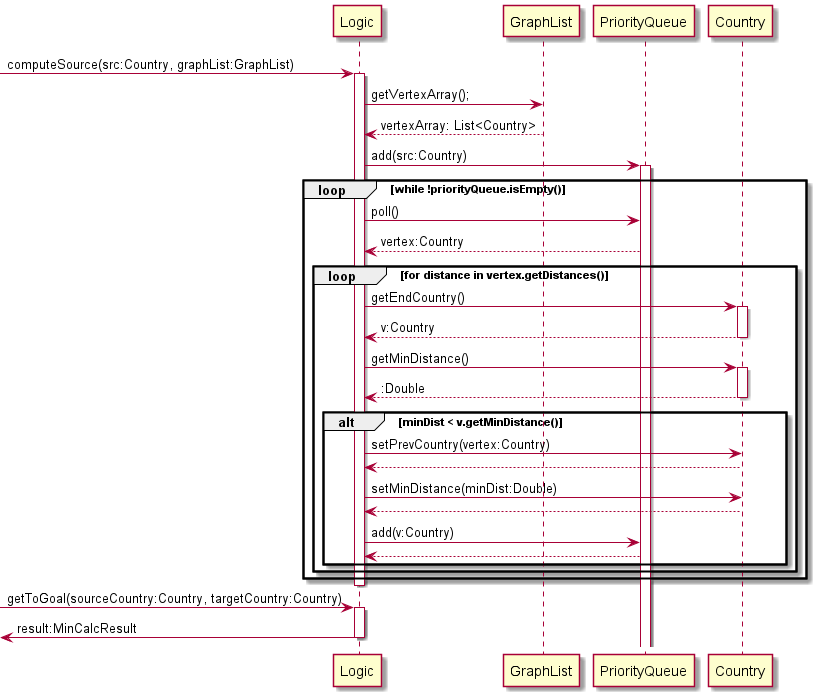
nus-cs2113-AY2122S1/tp keeps this PlantUML diagram as docs/documentationPics/logic.png. Above is the earlier version.
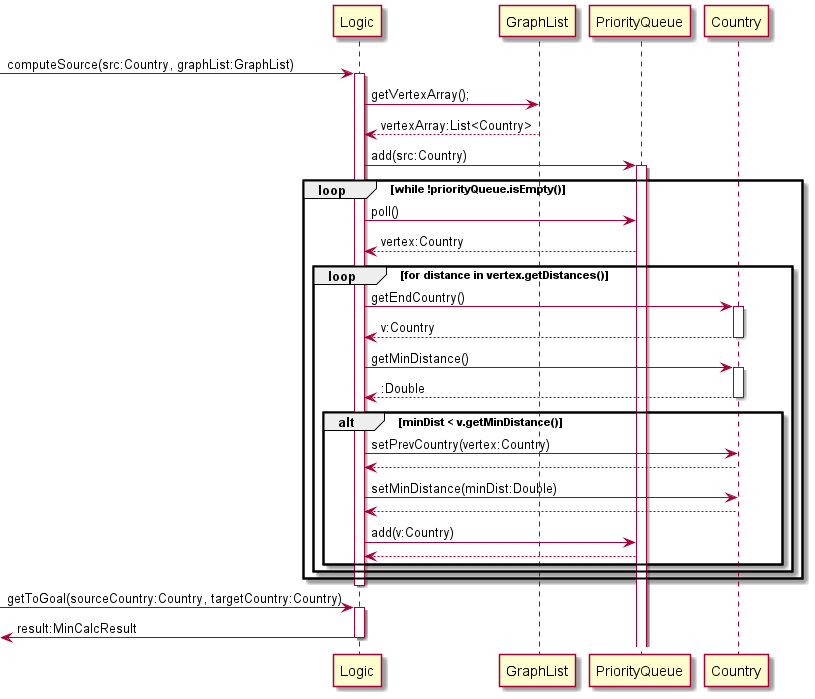
The same file after the commit.

Change to the diagram source:
```diff
@@ -4,7 +4,7 @@
 activate Logic
 
 Logic -> GraphList: getVertexArray();
-GraphList --> Logic: vertexArray: List<Country>
+GraphList --> Logic: vertexArray:List<Country>
 
 Logic -> PriorityQueue: add(src:Country)
 activate PriorityQueue
```
